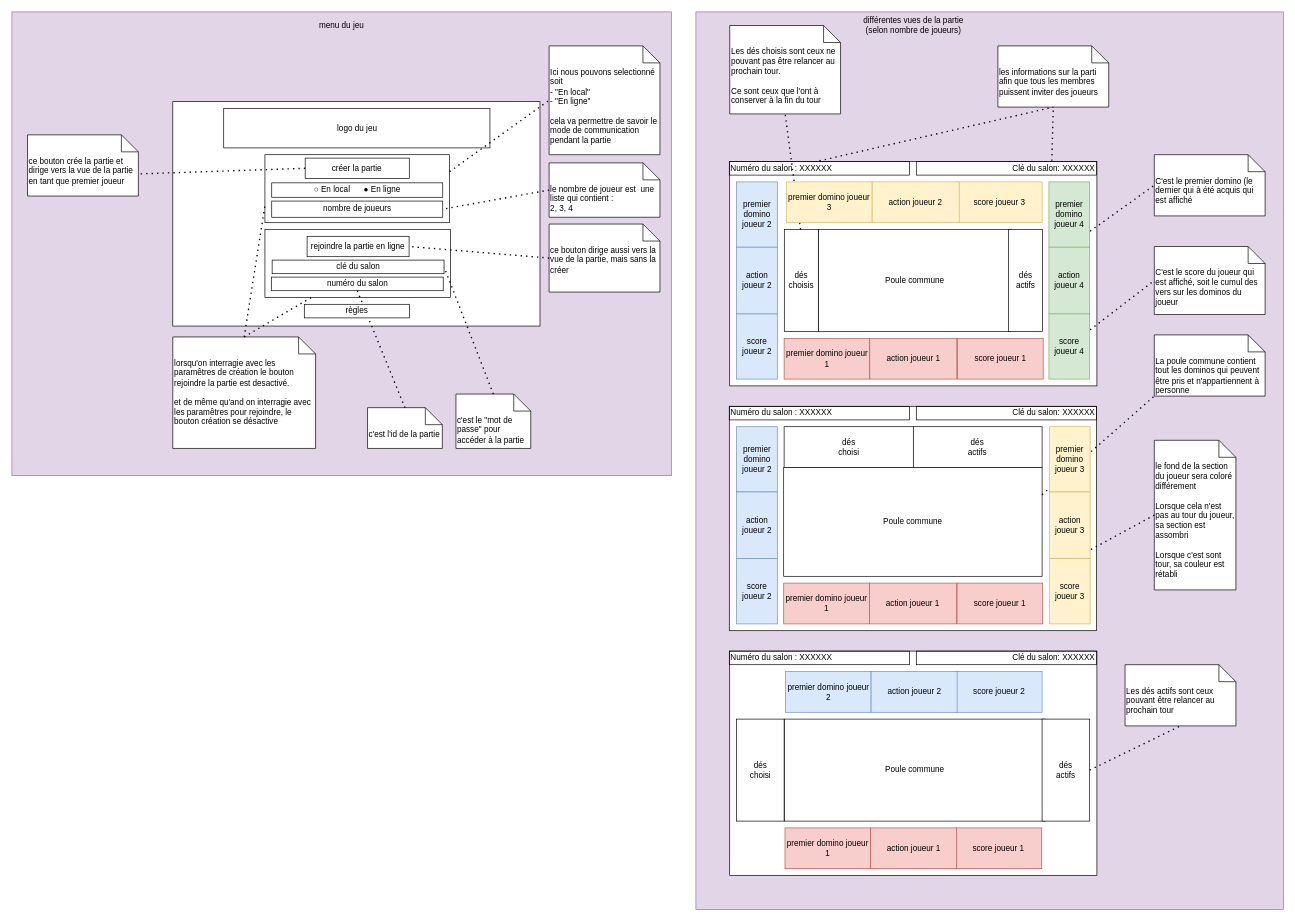
This is page "Maquette Vue" (1 of 2) of ressources/Drawio/prototype_maquette_vue.drawio from Davosthecool/Pickomino, a draw.io file, before an edit. Source tidied: cells renumbered, new cells numbered last; positions are measured from the earlier drawing's top-left corner, leaving out a move shared by most shapes. Both pictures are drawn from the tidied source at 68%, with x=0, y=0 at pixel (12, 12).
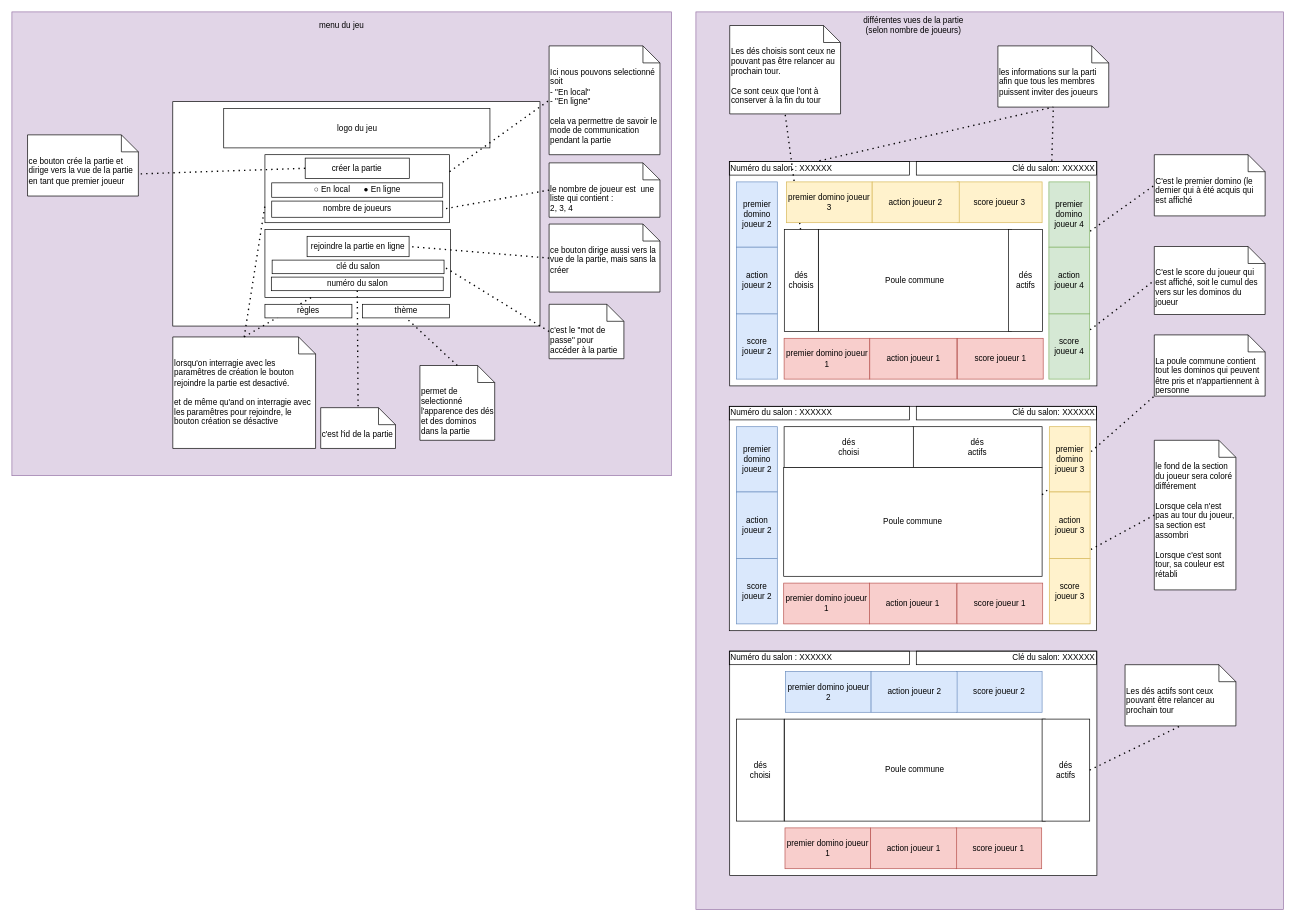
The same page after the edit.

Unchanged cells that the change refers to:
```xml
<mxCell id="59" value="clé du salon" style="rounded=0;whiteSpace=wrap;html=1;" parent="1" vertex="1">
  <mxGeometry x="382.7" y="365" width="252.8" height="20" as="geometry" />
</mxCell>
```

Change to the diagram source:
```diff
@@
     <mxCell id="29" value="c'est l'id de la partie" style="shape=note2;boundedLbl=1;whiteSpace=wrap;html=1;size=25;verticalAlign=top;align=left;" parent="1" vertex="1">
-      <mxGeometry x="523" y="582" width="110" height="60" as="geometry" />
+      <mxGeometry x="454.1" y="582" width="110" height="60" as="geometry" />
     </mxCell>
     <mxCell id="30" value="c'est le &quot;mot de passe&quot; pour accéder à la partie" style="shape=note2;boundedLbl=1;whiteSpace=wrap;html=1;size=25;verticalAlign=top;align=left;" parent="1" vertex="1">
-      <mxGeometry x="653" y="562" width="110" height="80" as="geometry" />
+      <mxGeometry x="790" y="430" width="110" height="80" as="geometry" />
     </mxCell>
@@
-    <mxCell id="85" style="endArrow=none;dashed=1;html=1;dashPattern=1 3;strokeWidth=2;rounded=0;hachureGap=4;fontFamily=Architects Daughter;fontSize=20;fontColor=default;exitX=0.5;exitY=0;exitDx=0;exitDy=0;exitPerimeter=0;entryX=1;entryY=0.5;entryDx=0;entryDy=0;" parent="1" edge="1" source="30" target="59">
+    <mxCell id="85" style="endArrow=none;dashed=1;html=1;dashPattern=1 3;strokeWidth=2;rounded=0;hachureGap=4;fontFamily=Architects Daughter;fontSize=20;fontColor=default;exitX=0;exitY=0.5;exitDx=0;exitDy=0;exitPerimeter=0;entryX=1;entryY=0.5;entryDx=0;entryDy=0;" parent="1" edge="1" source="30" target="59">
       <mxGeometry relative="1" as="geometry" />
     </mxCell>
@@
     <mxCell id="91" value="règles" style="rounded=0;whiteSpace=wrap;html=1;" parent="1" vertex="1">
-      <mxGeometry x="430" y="430" width="154.5" height="20" as="geometry" />
+      <mxGeometry x="372.1" y="430" width="127.9" height="20" as="geometry" />
     </mxCell>
+    <mxCell id="92" value="thème" style="rounded=0;whiteSpace=wrap;html=1;" parent="1" vertex="1">
+      <mxGeometry x="515.7" y="430" width="127.9" height="20" as="geometry" />
+    </mxCell>
+    <mxCell id="93" value="permet de selectionné l'apparence des dés et des dominos dans la partie" style="shape=note2;boundedLbl=1;whiteSpace=wrap;html=1;size=25;verticalAlign=top;align=left;" parent="1" vertex="1">
+      <mxGeometry x="600" y="520" width="110" height="110" as="geometry" />
+    </mxCell>
+    <mxCell id="94" style="endArrow=none;dashed=1;html=1;dashPattern=1 3;strokeWidth=2;rounded=0;hachureGap=4;fontFamily=Architects Daughter;fontSize=20;fontColor=default;exitX=0.5;exitY=0;exitDx=0;exitDy=0;exitPerimeter=0;entryX=0.5;entryY=1;entryDx=0;entryDy=0;" parent="1" edge="1" source="93" target="92">
+      <mxGeometry relative="1" as="geometry" />
+    </mxCell>
```
